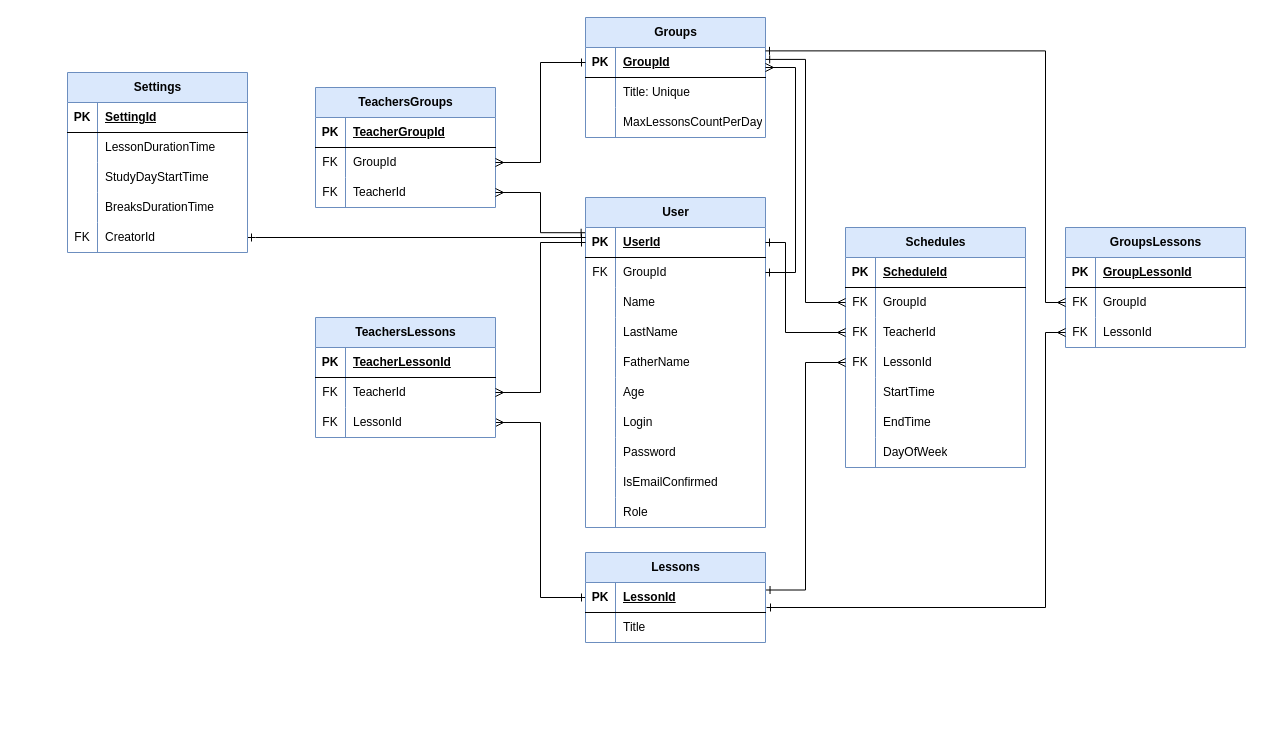
Earlier version of the draw.io diagram ESchedule/Diagrams/ER.drawio (KuleshovNikita/ESchedule). Source tidied: cells renumbered, new cells numbered last; positions are measured from the earlier drawing's top-left corner, leaving out a move shared by most shapes. Both pictures are drawn from the tidied source at 100%, with x=0, y=0 at pixel (67, 17).
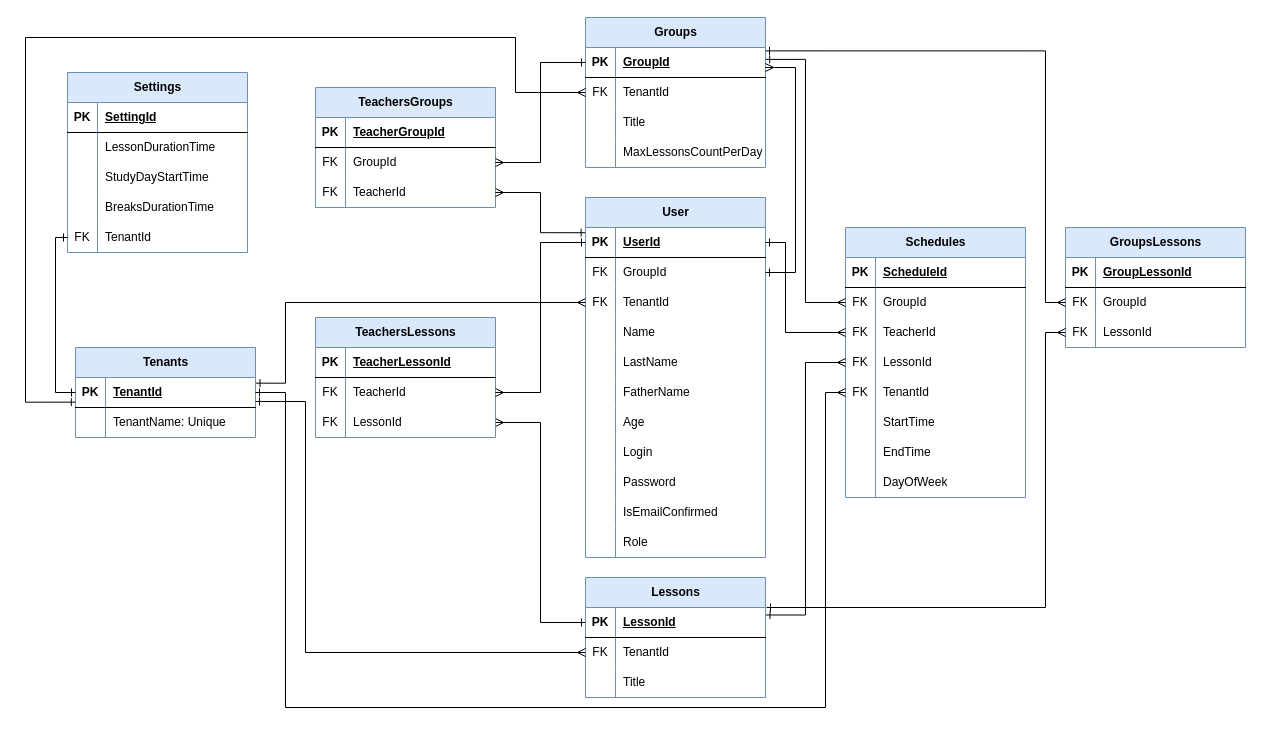
The same page after the edit.

The change refers to these unchanged cells:
```xml
<mxCell id="37" style="shape=tableRow;horizontal=0;startSize=0;swimlaneHead=0;swimlaneBody=0;fillColor=none;points=[[0,0.5],[1,0.5]];portConstraint=eastwest;top=0;left=0;right=0;bottom=0;" parent="33" vertex="1">
  <mxGeometry y="60" width="180" height="30" as="geometry" />
</mxCell>
<mxCell id="48" style="shape=tableRow;horizontal=0;startSize=0;swimlaneHead=0;swimlaneBody=0;fillColor=none;points=[[0,0.5],[1,0.5]];portConstraint=eastwest;top=0;left=0;right=0;bottom=0;" parent="44" vertex="1">
  <mxGeometry y="60" width="180" height="30" as="geometry" />
</mxCell>
<mxCell id="122" style="shape=tableRow;horizontal=0;startSize=0;swimlaneHead=0;swimlaneBody=0;fillColor=none;points=[[0,0.5],[1,0.5]];portConstraint=eastwest;top=0;left=0;right=0;bottom=0;" parent="109" vertex="1">
  <mxGeometry y="150" width="180" height="30" as="geometry" />
</mxCell>
```

Diff of the diagram source:
```diff
@@
     <mxCell id="2" value="User" style="shape=table;startSize=30;childLayout=tableLayout;rowLines=0;fontStyle=1;align=center;html=1;fillColor=#dae8fc;strokeColor=#6c8ebf;" parent="1" vertex="1">
-      <mxGeometry x="518" y="180" width="180" height="330" as="geometry" />
+      <mxGeometry x="518" y="180" width="180" height="360" as="geometry" />
     </mxCell>
@@
+    <mxCell id="129" style="shape=tableRow;horizontal=0;startSize=0;swimlaneHead=0;swimlaneBody=0;fillColor=none;points=[[0,0.5],[1,0.5]];portConstraint=eastwest;top=0;left=0;right=0;bottom=0;" parent="2" vertex="1">
+      <mxGeometry y="90" width="180" height="30" as="geometry" />
+    </mxCell>
+    <mxCell id="130" value="FK" style="shape=partialRectangle;fillColor=none;top=0;left=0;bottom=0;right=0;overflow=hidden;whiteSpace=wrap;html=1;" parent="129" vertex="1">
+      <mxGeometry width="30" height="30" as="geometry" />
+    </mxCell>
+    <mxCell id="131" value="TenantId" style="shape=partialRectangle;fillColor=none;top=0;left=0;bottom=0;right=0;align=left;spacingLeft=6;overflow=hidden;whiteSpace=wrap;html=1;" parent="129" vertex="1">
+      <mxGeometry x="30" width="150" height="30" as="geometry" />
+    </mxCell>
     <mxCell id="9" style="shape=tableRow;horizontal=0;startSize=0;swimlaneHead=0;swimlaneBody=0;fillColor=none;top=0;left=0;right=0;bottom=0;" parent="2" vertex="1">
-      <mxGeometry y="90" width="180" height="30" as="geometry" />
+      <mxGeometry y="120" width="180" height="30" as="geometry" />
     </mxCell>
@@
     <mxCell id="12" style="shape=tableRow;horizontal=0;startSize=0;swimlaneHead=0;swimlaneBody=0;fillColor=none;top=0;left=0;right=0;bottom=0;" parent="2" vertex="1">
-      <mxGeometry y="120" width="180" height="30" as="geometry" />
+      <mxGeometry y="150" width="180" height="30" as="geometry" />
     </mxCell>
@@
     <mxCell id="15" style="shape=tableRow;horizontal=0;startSize=0;swimlaneHead=0;swimlaneBody=0;fillColor=none;top=0;left=0;right=0;bottom=0;" parent="2" vertex="1">
-      <mxGeometry y="150" width="180" height="30" as="geometry" />
+      <mxGeometry y="180" width="180" height="30" as="geometry" />
     </mxCell>
@@
     <mxCell id="18" style="shape=tableRow;horizontal=0;startSize=0;swimlaneHead=0;swimlaneBody=0;fillColor=none;top=0;left=0;right=0;bottom=0;" parent="2" vertex="1">
-      <mxGeometry y="180" width="180" height="30" as="geometry" />
+      <mxGeometry y="210" width="180" height="30" as="geometry" />
     </mxCell>
@@
     <mxCell id="21" style="shape=tableRow;horizontal=0;startSize=0;swimlaneHead=0;swimlaneBody=0;fillColor=none;top=0;left=0;right=0;bottom=0;" parent="2" vertex="1">
-      <mxGeometry y="210" width="180" height="30" as="geometry" />
+      <mxGeometry y="240" width="180" height="30" as="geometry" />
     </mxCell>
@@
     <mxCell id="24" style="shape=tableRow;horizontal=0;startSize=0;swimlaneHead=0;swimlaneBody=0;fillColor=none;top=0;left=0;right=0;bottom=0;" parent="2" vertex="1">
-      <mxGeometry y="240" width="180" height="30" as="geometry" />
+      <mxGeometry y="270" width="180" height="30" as="geometry" />
     </mxCell>
@@
     <mxCell id="27" style="shape=tableRow;horizontal=0;startSize=0;swimlaneHead=0;swimlaneBody=0;fillColor=none;top=0;left=0;right=0;bottom=0;" parent="2" vertex="1">
-      <mxGeometry y="270" width="180" height="30" as="geometry" />
+      <mxGeometry y="300" width="180" height="30" as="geometry" />
     </mxCell>
@@
     <mxCell id="30" style="shape=tableRow;horizontal=0;startSize=0;swimlaneHead=0;swimlaneBody=0;fillColor=none;top=0;left=0;right=0;bottom=0;" parent="2" vertex="1">
-      <mxGeometry y="300" width="180" height="30" as="geometry" />
+      <mxGeometry y="330" width="180" height="30" as="geometry" />
     </mxCell>
@@
     <mxCell id="33" value="Groups" style="shape=table;startSize=30;childLayout=tableLayout;rowLines=0;fontStyle=1;align=center;html=1;fillColor=#dae8fc;strokeColor=#6c8ebf;" parent="1" vertex="1">
-      <mxGeometry x="518" width="180" height="120" as="geometry" />
+      <mxGeometry x="518" width="180" height="150" as="geometry" />
     </mxCell>
@@
-    <mxCell id="38" style="shape=partialRectangle;fillColor=none;top=0;left=0;bottom=0;right=0;overflow=hidden;whiteSpace=wrap;html=1;" parent="37" vertex="1">
+    <mxCell id="38" value="FK" style="shape=partialRectangle;fillColor=none;top=0;left=0;bottom=0;right=0;overflow=hidden;whiteSpace=wrap;html=1;" parent="37" vertex="1">
       <mxGeometry width="30" height="30" as="geometry" />
     </mxCell>
-    <mxCell id="39" value="Title: Unique" style="shape=partialRectangle;fillColor=none;top=0;left=0;bottom=0;right=0;align=left;spacingLeft=6;overflow=hidden;whiteSpace=wrap;html=1;" parent="37" vertex="1">
+    <mxCell id="39" value="TenantId" style="shape=partialRectangle;fillColor=none;top=0;left=0;bottom=0;right=0;align=left;spacingLeft=6;overflow=hidden;whiteSpace=wrap;html=1;" parent="37" vertex="1">
       <mxGeometry x="30" width="150" height="30" as="geometry" />
     </mxCell>
+    <mxCell id="132" style="shape=tableRow;horizontal=0;startSize=0;swimlaneHead=0;swimlaneBody=0;fillColor=none;top=0;left=0;right=0;bottom=0;" parent="33" vertex="1">
+      <mxGeometry y="90" width="180" height="30" as="geometry" />
+    </mxCell>
+    <mxCell id="133" style="shape=partialRectangle;fillColor=none;top=0;left=0;bottom=0;right=0;overflow=hidden;whiteSpace=wrap;html=1;" parent="132" vertex="1">
+      <mxGeometry width="30" height="30" as="geometry" />
+    </mxCell>
+    <mxCell id="134" value="Title" style="shape=partialRectangle;fillColor=none;top=0;left=0;bottom=0;right=0;align=left;spacingLeft=6;overflow=hidden;whiteSpace=wrap;html=1;" parent="132" vertex="1">
+      <mxGeometry x="30" width="150" height="30" as="geometry" />
+    </mxCell>
     <mxCell id="40" style="shape=tableRow;horizontal=0;startSize=0;swimlaneHead=0;swimlaneBody=0;fillColor=none;top=0;left=0;right=0;bottom=0;" parent="33" vertex="1">
-      <mxGeometry y="90" width="180" height="30" as="geometry" />
+      <mxGeometry y="120" width="180" height="30" as="geometry" />
     </mxCell>
@@
     <mxCell id="44" value="Lessons" style="shape=table;startSize=30;childLayout=tableLayout;rowLines=0;fontStyle=1;align=center;html=1;fillColor=#dae8fc;strokeColor=#6c8ebf;" parent="1" vertex="1">
-      <mxGeometry x="518" y="535" width="180" height="90" as="geometry" />
+      <mxGeometry x="518" y="560" width="180" height="120" as="geometry" />
     </mxCell>
@@
-    <mxCell id="49" style="shape=partialRectangle;fillColor=none;top=0;left=0;bottom=0;right=0;overflow=hidden;whiteSpace=wrap;html=1;" parent="48" vertex="1">
+    <mxCell id="49" value="FK" style="shape=partialRectangle;fillColor=none;top=0;left=0;bottom=0;right=0;overflow=hidden;whiteSpace=wrap;html=1;" parent="48" vertex="1">
       <mxGeometry width="30" height="30" as="geometry" />
     </mxCell>
-    <mxCell id="50" value="Title" style="shape=partialRectangle;fillColor=none;top=0;left=0;bottom=0;right=0;align=left;spacingLeft=6;overflow=hidden;whiteSpace=wrap;html=1;" parent="48" vertex="1">
+    <mxCell id="50" value="TenantId" style="shape=partialRectangle;fillColor=none;top=0;left=0;bottom=0;right=0;align=left;spacingLeft=6;overflow=hidden;whiteSpace=wrap;html=1;" parent="48" vertex="1">
       <mxGeometry x="30" width="150" height="30" as="geometry" />
     </mxCell>
+    <mxCell id="135" style="shape=tableRow;horizontal=0;startSize=0;swimlaneHead=0;swimlaneBody=0;fillColor=none;top=0;left=0;right=0;bottom=0;" parent="44" vertex="1">
+      <mxGeometry y="90" width="180" height="30" as="geometry" />
+    </mxCell>
+    <mxCell id="136" style="shape=partialRectangle;fillColor=none;top=0;left=0;bottom=0;right=0;overflow=hidden;whiteSpace=wrap;html=1;" parent="135" vertex="1">
+      <mxGeometry width="30" height="30" as="geometry" />
+    </mxCell>
+    <mxCell id="137" value="Title" style="shape=partialRectangle;fillColor=none;top=0;left=0;bottom=0;right=0;align=left;spacingLeft=6;overflow=hidden;whiteSpace=wrap;html=1;" parent="135" vertex="1">
+      <mxGeometry x="30" width="150" height="30" as="geometry" />
+    </mxCell>
@@
     <mxCell id="62" value="Schedules" style="shape=table;startSize=30;childLayout=tableLayout;rowLines=0;fontStyle=1;align=center;html=1;fillColor=#dae8fc;strokeColor=#6c8ebf;" parent="1" vertex="1">
-      <mxGeometry x="778" y="210" width="180" height="240" as="geometry" />
+      <mxGeometry x="778" y="210" width="180" height="270" as="geometry" />
     </mxCell>
@@
+    <mxCell id="138" style="shape=tableRow;horizontal=0;startSize=0;swimlaneHead=0;swimlaneBody=0;fillColor=none;points=[[0,0.5],[1,0.5]];portConstraint=eastwest;top=0;left=0;right=0;bottom=0;" parent="62" vertex="1">
+      <mxGeometry y="150" width="180" height="30" as="geometry" />
+    </mxCell>
+    <mxCell id="139" value="FK" style="shape=partialRectangle;fillColor=none;top=0;left=0;bottom=0;right=0;overflow=hidden;whiteSpace=wrap;html=1;" parent="138" vertex="1">
+      <mxGeometry width="30" height="30" as="geometry" />
+    </mxCell>
+    <mxCell id="140" value="TenantId" style="shape=partialRectangle;fillColor=none;top=0;left=0;bottom=0;right=0;align=left;spacingLeft=6;overflow=hidden;whiteSpace=wrap;html=1;" parent="138" vertex="1">
+      <mxGeometry x="30" width="150" height="30" as="geometry" />
+    </mxCell>
     <mxCell id="75" style="shape=tableRow;horizontal=0;startSize=0;swimlaneHead=0;swimlaneBody=0;fillColor=none;top=0;left=0;right=0;bottom=0;" parent="62" vertex="1">
-      <mxGeometry y="150" width="180" height="30" as="geometry" />
+      <mxGeometry y="180" width="180" height="30" as="geometry" />
     </mxCell>
@@
     <mxCell id="78" style="shape=tableRow;horizontal=0;startSize=0;swimlaneHead=0;swimlaneBody=0;fillColor=none;top=0;left=0;right=0;bottom=0;" parent="62" vertex="1">
-      <mxGeometry y="180" width="180" height="30" as="geometry" />
+      <mxGeometry y="210" width="180" height="30" as="geometry" />
     </mxCell>
@@
     <mxCell id="81" style="shape=tableRow;horizontal=0;startSize=0;swimlaneHead=0;swimlaneBody=0;fillColor=none;top=0;left=0;right=0;bottom=0;" parent="62" vertex="1">
-      <mxGeometry y="210" width="180" height="30" as="geometry" />
+      <mxGeometry y="240" width="180" height="30" as="geometry" />
     </mxCell>
@@
-    <mxCell id="108" style="edgeStyle=orthogonalEdgeStyle;rounded=0;jettySize=auto;html=1;endArrow=ERone;endFill=0;startArrow=ERone;startFill=0;exitX=1;exitY=0.5;exitDx=0;exitDy=0;" parent="1" edge="1" source="122">
+    <mxCell id="108" style="edgeStyle=orthogonalEdgeStyle;rounded=0;jettySize=auto;html=1;endArrow=ERmany;endFill=0;startArrow=ERone;startFill=0;exitX=1.003;exitY=0.189;exitDx=0;exitDy=0;entryX=0;entryY=0.5;entryDx=0;entryDy=0;exitPerimeter=0;" parent="1" edge="1" source="142" target="129">
       <mxGeometry relative="1" as="geometry">
-        <mxPoint x="518" y="220" as="targetPoint" />
         <Array as="points">
-          <mxPoint x="188" y="220" />
+          <mxPoint x="218" y="366" />
+          <mxPoint x="218" y="285" />
         </Array>
       </mxGeometry>
     </mxCell>
@@
-    <mxCell id="124" value="CreatorId" style="shape=partialRectangle;fillColor=none;top=0;left=0;bottom=0;right=0;align=left;spacingLeft=6;overflow=hidden;whiteSpace=wrap;html=1;" parent="122" vertex="1">
+    <mxCell id="124" value="TenantId" style="shape=partialRectangle;fillColor=none;top=0;left=0;bottom=0;right=0;align=left;spacingLeft=6;overflow=hidden;whiteSpace=wrap;html=1;" parent="122" vertex="1">
       <mxGeometry x="30" width="150" height="30" as="geometry" />
     </mxCell>
@@
+    <mxCell id="141" value="Tenants" style="shape=table;startSize=30;childLayout=tableLayout;rowLines=0;fontStyle=1;align=center;html=1;fillColor=#dae8fc;strokeColor=#6c8ebf;" parent="1" vertex="1">
+      <mxGeometry x="8" y="330" width="180" height="90" as="geometry" />
+    </mxCell>
+    <mxCell id="142" style="shape=tableRow;horizontal=0;startSize=0;swimlaneHead=0;swimlaneBody=0;fillColor=none;points=[[0,0.5],[1,0.5]];portConstraint=eastwest;top=0;left=0;right=0;bottom=1;" parent="141" vertex="1">
+      <mxGeometry y="30" width="180" height="30" as="geometry" />
+    </mxCell>
+    <mxCell id="143" value="PK" style="shape=partialRectangle;fillColor=none;top=0;left=0;bottom=0;right=0;fontStyle=1;overflow=hidden;whiteSpace=wrap;html=1;" parent="142" vertex="1">
+      <mxGeometry width="30" height="30" as="geometry" />
+    </mxCell>
+    <mxCell id="144" value="TenantId" style="shape=partialRectangle;fillColor=none;top=0;left=0;bottom=0;right=0;align=left;spacingLeft=6;fontStyle=5;overflow=hidden;whiteSpace=wrap;html=1;" parent="142" vertex="1">
+      <mxGeometry x="30" width="150" height="30" as="geometry" />
+    </mxCell>
+    <mxCell id="145" style="shape=tableRow;horizontal=0;startSize=0;swimlaneHead=0;swimlaneBody=0;fillColor=none;top=0;left=0;right=0;bottom=0;" parent="141" vertex="1">
+      <mxGeometry y="60" width="180" height="30" as="geometry" />
+    </mxCell>
+    <mxCell id="146" style="shape=partialRectangle;fillColor=none;top=0;left=0;bottom=0;right=0;overflow=hidden;whiteSpace=wrap;html=1;" parent="145" vertex="1">
+      <mxGeometry width="30" height="30" as="geometry" />
+    </mxCell>
+    <mxCell id="147" value="TenantName: Unique" style="shape=partialRectangle;fillColor=none;top=0;left=0;bottom=0;right=0;align=left;spacingLeft=6;overflow=hidden;whiteSpace=wrap;html=1;" parent="145" vertex="1">
+      <mxGeometry x="30" width="150" height="30" as="geometry" />
+    </mxCell>
+    <mxCell id="148" style="edgeStyle=orthogonalEdgeStyle;rounded=0;jettySize=auto;html=1;entryX=0;entryY=0.5;entryDx=0;entryDy=0;endArrow=ERone;endFill=0;startArrow=ERone;startFill=0;" parent="1" edge="1" source="122" target="142">
+      <mxGeometry relative="1" as="geometry">
+        <Array as="points">
+          <mxPoint x="-12" y="220" />
+          <mxPoint x="-12" y="375" />
+        </Array>
+      </mxGeometry>
+    </mxCell>
+    <mxCell id="149" style="edgeStyle=orthogonalEdgeStyle;rounded=0;jettySize=auto;html=1;entryX=1;entryY=0.5;entryDx=0;entryDy=0;endArrow=ERone;endFill=0;startArrow=ERmany;startFill=0;" parent="1" edge="1" source="138" target="142">
+      <mxGeometry relative="1" as="geometry">
+        <Array as="points">
+          <mxPoint x="758" y="375" />
+          <mxPoint x="758" y="690" />
+          <mxPoint x="218" y="690" />
+          <mxPoint x="218" y="375" />
+        </Array>
+      </mxGeometry>
+    </mxCell>
+    <mxCell id="150" style="edgeStyle=orthogonalEdgeStyle;rounded=0;jettySize=auto;html=1;endArrow=ERone;endFill=0;startArrow=ERmany;startFill=0;" parent="1" edge="1" source="48">
+      <mxGeometry relative="1" as="geometry">
+        <mxPoint x="188" y="384" as="targetPoint" />
+        <Array as="points">
+          <mxPoint x="238" y="635" />
+          <mxPoint x="238" y="384" />
+        </Array>
+      </mxGeometry>
+    </mxCell>
+    <mxCell id="151" style="edgeStyle=orthogonalEdgeStyle;rounded=0;jettySize=auto;html=1;entryX=-0.001;entryY=0.822;entryDx=0;entryDy=0;entryPerimeter=0;exitX=0;exitY=0.5;exitDx=0;exitDy=0;endArrow=ERone;endFill=0;startArrow=ERmany;startFill=0;" parent="1" edge="1" source="37" target="142">
+      <mxGeometry relative="1" as="geometry">
+        <Array as="points">
+          <mxPoint x="448" y="75" />
+          <mxPoint x="448" y="20" />
+          <mxPoint x="-42" y="20" />
+          <mxPoint x="-42" y="385" />
+        </Array>
+      </mxGeometry>
+    </mxCell>
```
